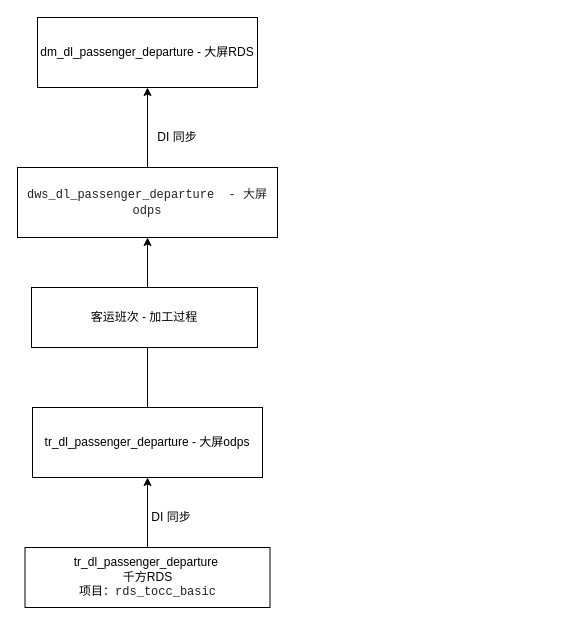
leioulin/freess keeps this draw.io diagram as 未命名绘图.drawio. Above is the earlier version. Source tidied: cells renumbered, new cells numbered last; positions are measured from the earlier drawing's top-left corner, leaving out a move shared by most shapes. Both pictures are drawn from the tidied source at 100%, with x=0, y=0 at pixel (17, 17).
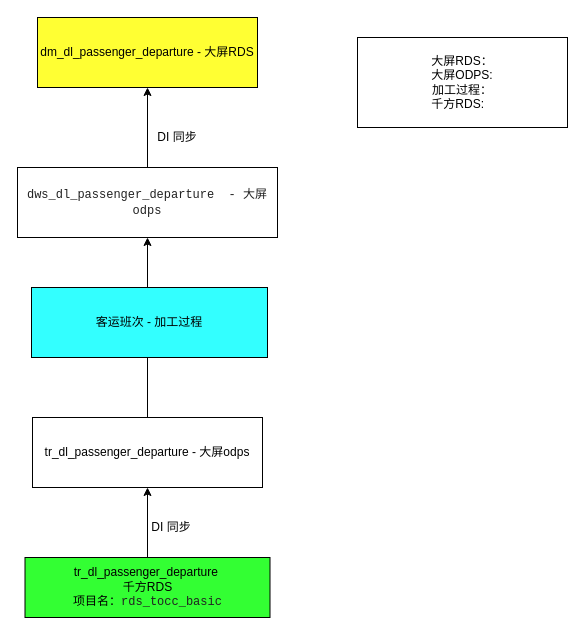
After the change.

Change to the diagram source:
```diff
@@
 <mxGraphModel>
   <root>
     <mxCell id="0" />
     <mxCell id="1" parent="0" />
-    <mxCell id="2" value="dm_dl_passenger_departure - 大屏RDS" style="rounded=0;whiteSpace=wrap;html=1;" parent="1" vertex="1">
+    <mxCell id="2" value="dm_dl_passenger_departure - 大屏RDS" style="rounded=0;whiteSpace=wrap;html=1;fillColor=#FFFF33;" parent="1" vertex="1">
       <mxGeometry x="20" width="220" height="70" as="geometry" />
     </mxCell>
     <mxCell id="3" style="edgeStyle=orthogonalEdgeStyle;rounded=0;jettySize=auto;html=1;entryX=0.5;entryY=1;entryDx=0;entryDy=0;" parent="1" edge="1" source="4" target="2">
       <mxGeometry relative="1" as="geometry" />
     </mxCell>
     <mxCell id="4" value="&lt;span style=&quot;color: rgb(34 , 34 , 34) ; font-family: &amp;#34;consolas&amp;#34; , &amp;#34;lucida console&amp;#34; , &amp;#34;courier new&amp;#34; , monospace ; text-align: left&quot;&gt;dws_dl_passenger_departure&amp;nbsp; - 大屏odps&lt;/span&gt;" style="rounded=0;whiteSpace=wrap;html=1;" parent="1" vertex="1">
       <mxGeometry y="150" width="260" height="70" as="geometry" />
     </mxCell>
     <mxCell id="5" value="DI 同步" style="text;html=1;strokeColor=none;fillColor=none;align=center;verticalAlign=middle;whiteSpace=wrap;rounded=0;" parent="1" vertex="1">
       <mxGeometry x="130" y="110" width="60" height="20" as="geometry" />
     </mxCell>
     <mxCell id="6" style="edgeStyle=orthogonalEdgeStyle;rounded=0;jettySize=auto;html=1;entryX=0.5;entryY=1;entryDx=0;entryDy=0;" parent="1" edge="1" source="7" target="4">
       <mxGeometry relative="1" as="geometry" />
     </mxCell>
     <mxCell id="7" value="tr_dl_passenger_departure - 大屏odps" style="rounded=0;whiteSpace=wrap;html=1;" parent="1" vertex="1">
-      <mxGeometry x="15" y="390" width="230" height="70" as="geometry" />
+      <mxGeometry x="15" y="400" width="230" height="70" as="geometry" />
     </mxCell>
     <mxCell id="8" style="edgeStyle=orthogonalEdgeStyle;rounded=0;jettySize=auto;html=1;entryX=0.5;entryY=1;entryDx=0;entryDy=0;" parent="1" edge="1" source="9" target="7">
       <mxGeometry relative="1" as="geometry" />
     </mxCell>
-    <mxCell id="9" value="tr_dl_passenger_departure&amp;nbsp;&lt;br&gt;千方RDS&lt;br&gt;项目：&lt;span style=&quot;color: rgb(34 , 34 , 34) ; font-family: &amp;#34;consolas&amp;#34; , &amp;#34;lucida console&amp;#34; , &amp;#34;courier new&amp;#34; , monospace ; text-align: left&quot;&gt;rds_tocc_basic&lt;/span&gt;" style="rounded=0;whiteSpace=wrap;html=1;" parent="1" vertex="1">
-      <mxGeometry x="7.5" y="530" width="245" height="60" as="geometry" />
+    <mxCell id="9" value="tr_dl_passenger_departure&amp;nbsp;&lt;br&gt;千方RDS&lt;br&gt;项目名：&lt;span style=&quot;color: rgb(34 , 34 , 34) ; font-family: &amp;#34;consolas&amp;#34; , &amp;#34;lucida console&amp;#34; , &amp;#34;courier new&amp;#34; , monospace ; text-align: left&quot;&gt;rds_tocc_basic&lt;/span&gt;" style="rounded=0;whiteSpace=wrap;html=1;fillColor=#33FF33;" parent="1" vertex="1">
+      <mxGeometry x="7.5" y="540" width="245" height="60" as="geometry" />
     </mxCell>
     <mxCell id="10" value="DI 同步" style="text;html=1;strokeColor=none;fillColor=none;align=center;verticalAlign=middle;whiteSpace=wrap;rounded=0;" parent="1" vertex="1">
-      <mxGeometry x="124" y="490" width="60" height="20" as="geometry" />
+      <mxGeometry x="124" y="500" width="60" height="20" as="geometry" />
     </mxCell>
-    <mxCell id="11" value="客运班次 - 加工过程" style="rounded=0;whiteSpace=wrap;html=1;" parent="1" vertex="1">
-      <mxGeometry x="14" y="270" width="226" height="60" as="geometry" />
+    <mxCell id="11" value="客运班次 - 加工过程" style="rounded=0;whiteSpace=wrap;html=1;fillColor=#33FFFF;" parent="1" vertex="1">
+      <mxGeometry x="14" y="270" width="236" height="70" as="geometry" />
     </mxCell>
+    <mxCell id="12" value="大屏RDS：&lt;br&gt;大屏ODPS:&lt;br&gt;加工过程：&lt;br&gt;&lt;div style=&quot;text-align: left&quot;&gt;&lt;span&gt;千方RDS:&lt;/span&gt;&lt;/div&gt;" style="rounded=0;whiteSpace=wrap;html=1;fillColor=#FFFFFF;" parent="1" vertex="1">
+      <mxGeometry x="340" y="20" width="210" height="90" as="geometry" />
+    </mxCell>
   </root>
 </mxGraphModel>
```
